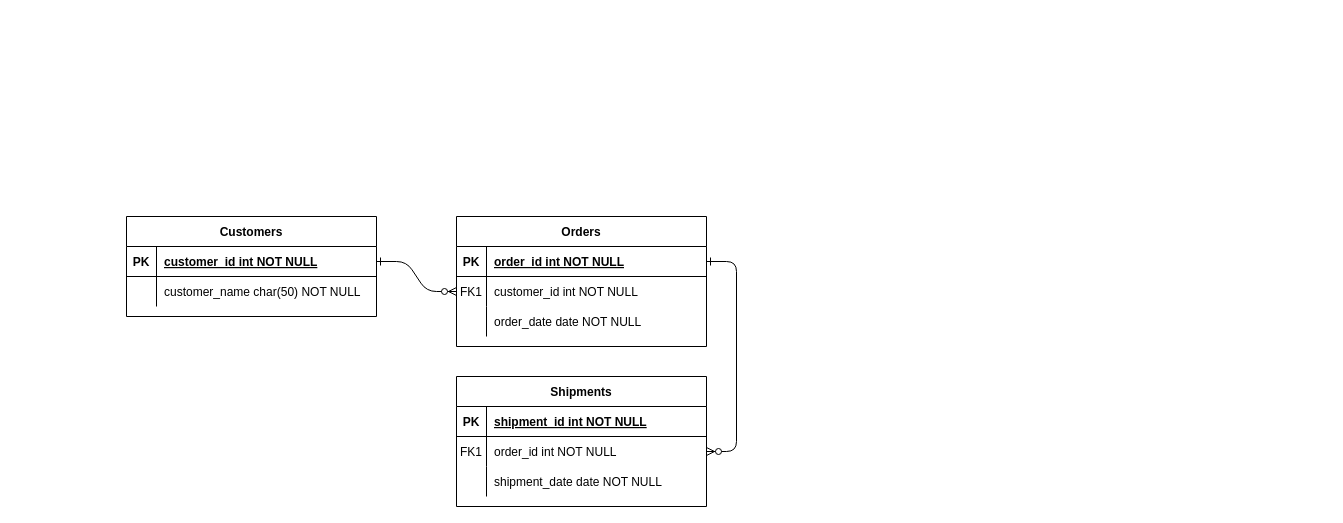
Earlier version of the draw.io diagram Diagramă fără titlu.drawio (alexandrucostinas/alex_sem2_project). Source tidied: cells renumbered, new cells numbered last; positions are measured from the earlier drawing's top-left corner, leaving out a move shared by most shapes. Both pictures are drawn from the tidied source at 100%, with x=0, y=0 at pixel (126, 216).
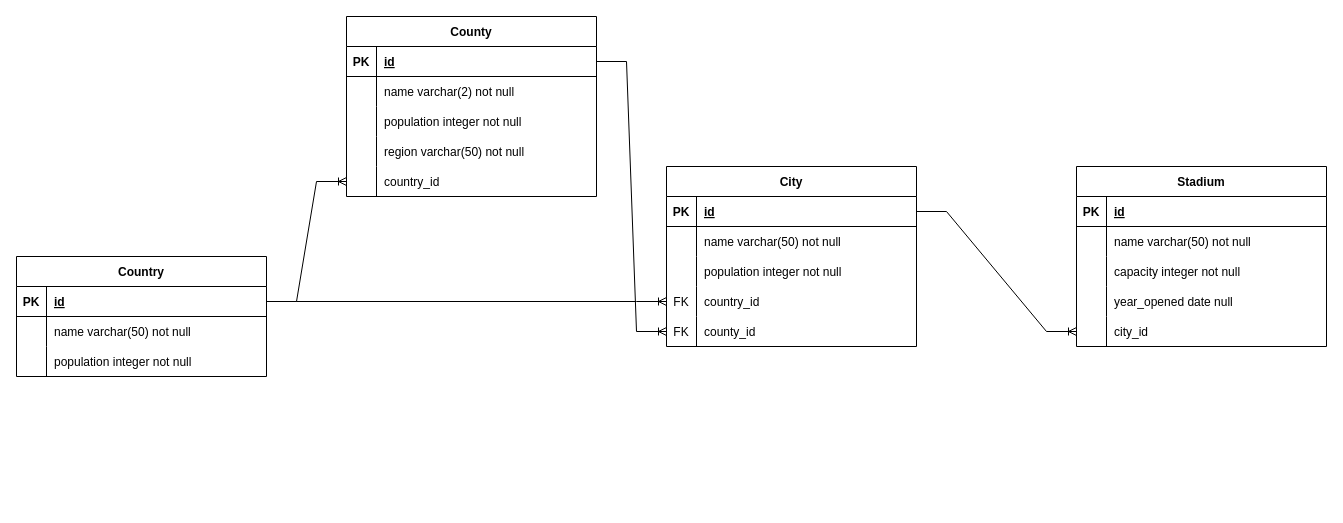
After the change.

The change refers to these unchanged cells:
```xml
<mxCell id="5" style="shape=partialRectangle;fillColor=none;points=[[0,0.5],[1,0.5]];portConstraint=eastwest;top=0;left=0;right=0;bottom=1;" parent="4" vertex="1">
  <mxGeometry y="30" width="250" height="30" as="geometry" />
</mxCell>
<mxCell id="8" style="shape=partialRectangle;fillColor=none;points=[[0,0.5],[1,0.5]];portConstraint=eastwest;top=0;left=0;right=0;bottom=0;" parent="4" vertex="1">
  <mxGeometry y="60" width="250" height="30" as="geometry" />
</mxCell>
<mxCell id="11" style="shape=partialRectangle;fillColor=none;top=0;left=0;right=0;bottom=0;" parent="4" vertex="1">
  <mxGeometry y="90" width="250" height="30" as="geometry" />
</mxCell>
<mxCell id="25" style="shape=partialRectangle;fillColor=none;points=[[0,0.5],[1,0.5]];portConstraint=eastwest;top=0;left=0;right=0;bottom=1;" parent="24" vertex="1">
  <mxGeometry y="30" width="250" height="30" as="geometry" />
</mxCell>
<mxCell id="28" style="shape=partialRectangle;fillColor=none;top=0;left=0;right=0;bottom=0;" parent="24" vertex="1">
  <mxGeometry y="60" width="250" height="30" as="geometry" />
</mxCell>
```

The edit, as a diff of the source:
```diff
@@
-    <mxCell id="2" style="edgeStyle=entityRelationEdgeStyle;endArrow=ERzeroToMany;startArrow=ERone;endFill=1;startFill=0;" parent="1" edge="1" source="25" target="8">
-      <mxGeometry relative="1" as="geometry" />
-    </mxCell>
-    <mxCell id="3" style="edgeStyle=entityRelationEdgeStyle;endArrow=ERzeroToMany;startArrow=ERone;endFill=1;startFill=0;" parent="1" edge="1" source="5" target="18">
-      <mxGeometry relative="1" as="geometry" />
-    </mxCell>
-    <mxCell id="4" value="Orders" style="shape=table;startSize=30;childLayout=tableLayout;rowLines=0;fontStyle=1;align=center;" parent="1" vertex="1">
-      <mxGeometry x="330" width="250" height="130" as="geometry" />
+    <mxCell id="4" value="City" style="shape=table;startSize=30;childLayout=tableLayout;rowLines=0;fontStyle=1;align=center;" parent="1" vertex="1">
+      <mxGeometry x="540" y="-50" width="250" height="180" as="geometry" />
     </mxCell>
@@
-    <mxCell id="7" value="order_id int NOT NULL " style="shape=partialRectangle;overflow=hidden;fillColor=none;top=0;left=0;bottom=0;right=0;align=left;spacingLeft=6;fontStyle=5;" parent="5" vertex="1">
+    <mxCell id="7" value="id" style="shape=partialRectangle;overflow=hidden;fillColor=none;top=0;left=0;bottom=0;right=0;align=left;spacingLeft=6;fontStyle=5;" parent="5" vertex="1">
       <mxGeometry x="30" width="220" height="30" as="geometry" />
     </mxCell>
@@
-    <mxCell id="9" value="FK1" style="shape=partialRectangle;overflow=hidden;fillColor=none;top=0;left=0;bottom=0;right=0;" parent="8" vertex="1">
+    <mxCell id="9" style="shape=partialRectangle;overflow=hidden;fillColor=none;top=0;left=0;bottom=0;right=0;" parent="8" vertex="1">
       <mxGeometry width="30" height="30" as="geometry" />
     </mxCell>
-    <mxCell id="10" value="customer_id int NOT NULL" style="shape=partialRectangle;overflow=hidden;fillColor=none;top=0;left=0;bottom=0;right=0;align=left;spacingLeft=6;" parent="8" vertex="1">
+    <mxCell id="10" value="name varchar(50) not null" style="shape=partialRectangle;overflow=hidden;fillColor=none;top=0;left=0;bottom=0;right=0;align=left;spacingLeft=6;" parent="8" vertex="1">
       <mxGeometry x="30" width="220" height="30" as="geometry" />
     </mxCell>
@@
-    <mxCell id="13" value="order_date date NOT NULL" style="shape=partialRectangle;overflow=hidden;fillColor=none;top=0;left=0;bottom=0;right=0;align=left;spacingLeft=6;" parent="11" vertex="1">
+    <mxCell id="13" value="population integer not null" style="shape=partialRectangle;overflow=hidden;fillColor=none;top=0;left=0;bottom=0;right=0;align=left;spacingLeft=6;" parent="11" vertex="1">
       <mxGeometry x="30" width="220" height="30" as="geometry" />
     </mxCell>
-    <mxCell id="14" value="Shipments" style="shape=table;startSize=30;childLayout=tableLayout;rowLines=0;fontStyle=1;align=center;" parent="1" vertex="1">
-      <mxGeometry x="330" y="160" width="250" height="130" as="geometry" />
-    </mxCell>
-    <mxCell id="15" style="shape=partialRectangle;fillColor=none;top=0;left=0;right=0;bottom=1;" parent="14" vertex="1">
-      <mxGeometry y="30" width="250" height="30" as="geometry" />
-    </mxCell>
-    <mxCell id="16" value="PK" style="shape=partialRectangle;overflow=hidden;fillColor=none;top=0;left=0;bottom=0;right=0;fontStyle=1;" parent="15" vertex="1">
-      <mxGeometry width="30" height="30" as="geometry" />
-    </mxCell>
-    <mxCell id="17" value="shipment_id int NOT NULL " style="shape=partialRectangle;overflow=hidden;fillColor=none;top=0;left=0;bottom=0;right=0;align=left;spacingLeft=6;fontStyle=5;" parent="15" vertex="1">
-      <mxGeometry x="30" width="220" height="30" as="geometry" />
-    </mxCell>
-    <mxCell id="18" style="shape=partialRectangle;fillColor=none;points=[[0,0.5],[1,0.5]];portConstraint=eastwest;top=0;left=0;right=0;bottom=0;" parent="14" vertex="1">
-      <mxGeometry y="60" width="250" height="30" as="geometry" />
-    </mxCell>
-    <mxCell id="19" value="FK1" style="shape=partialRectangle;overflow=hidden;fillColor=none;top=0;left=0;bottom=0;right=0;" parent="18" vertex="1">
-      <mxGeometry width="30" height="30" as="geometry" />
-    </mxCell>
-    <mxCell id="20" value="order_id int NOT NULL" style="shape=partialRectangle;overflow=hidden;fillColor=none;top=0;left=0;bottom=0;right=0;align=left;spacingLeft=6;" parent="18" vertex="1">
-      <mxGeometry x="30" width="220" height="30" as="geometry" />
-    </mxCell>
-    <mxCell id="21" style="shape=partialRectangle;fillColor=none;top=0;left=0;right=0;bottom=0;" parent="14" vertex="1">
-      <mxGeometry y="90" width="250" height="30" as="geometry" />
-    </mxCell>
-    <mxCell id="22" style="shape=partialRectangle;overflow=hidden;fillColor=none;top=0;left=0;bottom=0;right=0;" parent="21" vertex="1">
-      <mxGeometry width="30" height="30" as="geometry" />
-    </mxCell>
-    <mxCell id="23" value="shipment_date date NOT NULL" style="shape=partialRectangle;overflow=hidden;fillColor=none;top=0;left=0;bottom=0;right=0;align=left;spacingLeft=6;" parent="21" vertex="1">
-      <mxGeometry x="30" width="220" height="30" as="geometry" />
-    </mxCell>
+    <mxCell id="31" style="shape=partialRectangle;fillColor=none;points=[[0,0.5],[1,0.5]];portConstraint=eastwest;top=0;left=0;right=0;bottom=0;" parent="4" vertex="1">
+      <mxGeometry y="120" width="250" height="30" as="geometry" />
+    </mxCell>
+    <mxCell id="32" value="FK" style="shape=partialRectangle;overflow=hidden;fillColor=none;top=0;left=0;bottom=0;right=0;" parent="31" vertex="1">
+      <mxGeometry width="30" height="30" as="geometry" />
+    </mxCell>
+    <mxCell id="33" value="country_id" style="shape=partialRectangle;overflow=hidden;fillColor=none;top=0;left=0;bottom=0;right=0;align=left;spacingLeft=6;" parent="31" vertex="1">
+      <mxGeometry x="30" width="220" height="30" as="geometry" />
+    </mxCell>
+    <mxCell id="34" style="shape=partialRectangle;fillColor=none;points=[[0,0.5],[1,0.5]];portConstraint=eastwest;top=0;left=0;right=0;bottom=0;" parent="4" vertex="1">
+      <mxGeometry y="150" width="250" height="30" as="geometry" />
+    </mxCell>
+    <mxCell id="35" value="FK" style="shape=partialRectangle;overflow=hidden;fillColor=none;top=0;left=0;bottom=0;right=0;" parent="34" vertex="1">
+      <mxGeometry width="30" height="30" as="geometry" />
+    </mxCell>
+    <mxCell id="36" value="county_id" style="shape=partialRectangle;overflow=hidden;fillColor=none;top=0;left=0;bottom=0;right=0;align=left;spacingLeft=6;" parent="34" vertex="1">
+      <mxGeometry x="30" width="220" height="30" as="geometry" />
+    </mxCell>
-    <mxCell id="24" value="Customers" style="shape=table;startSize=30;childLayout=tableLayout;rowLines=0;fontStyle=1;align=center;" parent="1" vertex="1">
-      <mxGeometry width="250" height="100" as="geometry" />
+    <mxCell id="24" value="Country" style="shape=table;startSize=30;childLayout=tableLayout;rowLines=0;fontStyle=1;align=center;" parent="1" vertex="1">
+      <mxGeometry x="-110" y="40" width="250" height="120" as="geometry" />
     </mxCell>
@@
-    <mxCell id="27" value="customer_id int NOT NULL " style="shape=partialRectangle;overflow=hidden;fillColor=none;top=0;left=0;bottom=0;right=0;align=left;spacingLeft=6;fontStyle=5;" parent="25" vertex="1">
+    <mxCell id="27" value="id" style="shape=partialRectangle;overflow=hidden;fillColor=none;top=0;left=0;bottom=0;right=0;align=left;spacingLeft=6;fontStyle=5;" parent="25" vertex="1">
       <mxGeometry x="30" width="220" height="30" as="geometry" />
     </mxCell>
@@
-    <mxCell id="30" value="customer_name char(50) NOT NULL" style="shape=partialRectangle;overflow=hidden;fillColor=none;top=0;left=0;bottom=0;right=0;align=left;spacingLeft=6;" parent="28" vertex="1">
+    <mxCell id="30" value="name varchar(50) not null" style="shape=partialRectangle;overflow=hidden;fillColor=none;top=0;left=0;bottom=0;right=0;align=left;spacingLeft=6;" parent="28" vertex="1">
       <mxGeometry x="30" width="220" height="30" as="geometry" />
     </mxCell>
+    <mxCell id="37" style="shape=partialRectangle;fillColor=none;top=0;left=0;right=0;bottom=0;" parent="24" vertex="1">
+      <mxGeometry y="90" width="250" height="30" as="geometry" />
+    </mxCell>
+    <mxCell id="38" style="shape=partialRectangle;overflow=hidden;fillColor=none;top=0;left=0;bottom=0;right=0;" parent="37" vertex="1">
+      <mxGeometry width="30" height="30" as="geometry" />
+    </mxCell>
+    <mxCell id="39" value="population integer not null" style="shape=partialRectangle;overflow=hidden;fillColor=none;top=0;left=0;bottom=0;right=0;align=left;spacingLeft=6;" parent="37" vertex="1">
+      <mxGeometry x="30" width="220" height="30" as="geometry" />
+    </mxCell>
+    <mxCell id="40" style="edgeStyle=entityRelationEdgeStyle;fontSize=12;html=1;endArrow=ERoneToMany;rounded=0;exitX=1;exitY=0.5;exitDx=0;exitDy=0;" parent="1" edge="1" source="25" target="31">
+      <mxGeometry relative="1" as="geometry" />
+    </mxCell>
+    <mxCell id="41" value="County" style="shape=table;startSize=30;childLayout=tableLayout;rowLines=0;fontStyle=1;align=center;" parent="1" vertex="1">
+      <mxGeometry x="220" y="-200" width="250" height="180" as="geometry" />
+    </mxCell>
+    <mxCell id="42" style="shape=partialRectangle;fillColor=none;points=[[0,0.5],[1,0.5]];portConstraint=eastwest;top=0;left=0;right=0;bottom=1;" parent="41" vertex="1">
+      <mxGeometry y="30" width="250" height="30" as="geometry" />
+    </mxCell>
+    <mxCell id="43" value="PK" style="shape=partialRectangle;overflow=hidden;fillColor=none;top=0;left=0;bottom=0;right=0;fontStyle=1;" parent="42" vertex="1">
+      <mxGeometry width="30" height="30" as="geometry" />
+    </mxCell>
+    <mxCell id="44" value="id" style="shape=partialRectangle;overflow=hidden;fillColor=none;top=0;left=0;bottom=0;right=0;align=left;spacingLeft=6;fontStyle=5;" parent="42" vertex="1">
+      <mxGeometry x="30" width="220" height="30" as="geometry" />
+    </mxCell>
+    <mxCell id="45" style="shape=partialRectangle;fillColor=none;top=0;left=0;right=0;bottom=0;" parent="41" vertex="1">
+      <mxGeometry y="60" width="250" height="30" as="geometry" />
+    </mxCell>
+    <mxCell id="46" style="shape=partialRectangle;overflow=hidden;fillColor=none;top=0;left=0;bottom=0;right=0;" parent="45" vertex="1">
+      <mxGeometry width="30" height="30" as="geometry" />
+    </mxCell>
+    <mxCell id="47" value="name varchar(2) not null" style="shape=partialRectangle;overflow=hidden;fillColor=none;top=0;left=0;bottom=0;right=0;align=left;spacingLeft=6;" parent="45" vertex="1">
+      <mxGeometry x="30" width="220" height="30" as="geometry" />
+    </mxCell>
+    <mxCell id="48" style="shape=partialRectangle;fillColor=none;top=0;left=0;right=0;bottom=0;" parent="41" vertex="1">
+      <mxGeometry y="90" width="250" height="30" as="geometry" />
+    </mxCell>
+    <mxCell id="49" style="shape=partialRectangle;overflow=hidden;fillColor=none;top=0;left=0;bottom=0;right=0;" parent="48" vertex="1">
+      <mxGeometry width="30" height="30" as="geometry" />
+    </mxCell>
+    <mxCell id="50" value="population integer not null" style="shape=partialRectangle;overflow=hidden;fillColor=none;top=0;left=0;bottom=0;right=0;align=left;spacingLeft=6;" parent="48" vertex="1">
+      <mxGeometry x="30" width="220" height="30" as="geometry" />
+    </mxCell>
+    <mxCell id="51" style="shape=partialRectangle;fillColor=none;top=0;left=0;right=0;bottom=0;" parent="41" vertex="1">
+      <mxGeometry y="120" width="250" height="30" as="geometry" />
+    </mxCell>
+    <mxCell id="52" style="shape=partialRectangle;overflow=hidden;fillColor=none;top=0;left=0;bottom=0;right=0;" parent="51" vertex="1">
+      <mxGeometry width="30" height="30" as="geometry" />
+    </mxCell>
+    <mxCell id="53" value="region varchar(50) not null" style="shape=partialRectangle;overflow=hidden;fillColor=none;top=0;left=0;bottom=0;right=0;align=left;spacingLeft=6;" parent="51" vertex="1">
+      <mxGeometry x="30" width="220" height="30" as="geometry" />
+    </mxCell>
+    <mxCell id="54" style="shape=partialRectangle;fillColor=none;points=[[0,0.5],[1,0.5]];portConstraint=eastwest;top=0;left=0;right=0;bottom=0;" parent="41" vertex="1">
+      <mxGeometry y="150" width="250" height="30" as="geometry" />
+    </mxCell>
+    <mxCell id="55" style="shape=partialRectangle;overflow=hidden;fillColor=none;top=0;left=0;bottom=0;right=0;" parent="54" vertex="1">
+      <mxGeometry width="30" height="30" as="geometry" />
+    </mxCell>
+    <mxCell id="56" value="country_id" style="shape=partialRectangle;overflow=hidden;fillColor=none;top=0;left=0;bottom=0;right=0;align=left;spacingLeft=6;" parent="54" vertex="1">
+      <mxGeometry x="30" width="220" height="30" as="geometry" />
+    </mxCell>
+    <mxCell id="57" style="edgeStyle=entityRelationEdgeStyle;fontSize=12;html=1;endArrow=ERoneToMany;rounded=0;exitX=1;exitY=0.5;exitDx=0;exitDy=0;entryX=0;entryY=0.5;entryDx=0;entryDy=0;" parent="1" edge="1" source="42" target="34">
+      <mxGeometry relative="1" as="geometry" />
+    </mxCell>
+    <mxCell id="58" style="edgeStyle=entityRelationEdgeStyle;fontSize=12;html=1;endArrow=ERoneToMany;rounded=0;exitX=1;exitY=0.5;exitDx=0;exitDy=0;entryX=0;entryY=0.5;entryDx=0;entryDy=0;" parent="1" edge="1" source="25" target="54">
+      <mxGeometry relative="1" as="geometry" />
+    </mxCell>
+    <mxCell id="59" value="Stadium" style="shape=table;startSize=30;childLayout=tableLayout;rowLines=0;fontStyle=1;align=center;" parent="1" vertex="1">
+      <mxGeometry x="950" y="-50" width="250" height="180" as="geometry" />
+    </mxCell>
+    <mxCell id="60" style="shape=partialRectangle;fillColor=none;top=0;left=0;right=0;bottom=1;" parent="59" vertex="1">
+      <mxGeometry y="30" width="250" height="30" as="geometry" />
+    </mxCell>
+    <mxCell id="61" value="PK" style="shape=partialRectangle;overflow=hidden;fillColor=none;top=0;left=0;bottom=0;right=0;fontStyle=1;" parent="60" vertex="1">
+      <mxGeometry width="30" height="30" as="geometry" />
+    </mxCell>
+    <mxCell id="62" value="id" style="shape=partialRectangle;overflow=hidden;fillColor=none;top=0;left=0;bottom=0;right=0;align=left;spacingLeft=6;fontStyle=5;" parent="60" vertex="1">
+      <mxGeometry x="30" width="220" height="30" as="geometry" />
+    </mxCell>
+    <mxCell id="63" style="shape=partialRectangle;fillColor=none;top=0;left=0;right=0;bottom=0;" parent="59" vertex="1">
+      <mxGeometry y="60" width="250" height="30" as="geometry" />
+    </mxCell>
+    <mxCell id="64" style="shape=partialRectangle;overflow=hidden;fillColor=none;top=0;left=0;bottom=0;right=0;" parent="63" vertex="1">
+      <mxGeometry width="30" height="30" as="geometry" />
+    </mxCell>
+    <mxCell id="65" value="name varchar(50) not null" style="shape=partialRectangle;overflow=hidden;fillColor=none;top=0;left=0;bottom=0;right=0;align=left;spacingLeft=6;" parent="63" vertex="1">
+      <mxGeometry x="30" width="220" height="30" as="geometry" />
+    </mxCell>
+    <mxCell id="66" style="shape=partialRectangle;fillColor=none;top=0;left=0;right=0;bottom=0;" parent="59" vertex="1">
+      <mxGeometry y="90" width="250" height="30" as="geometry" />
+    </mxCell>
+    <mxCell id="67" style="shape=partialRectangle;overflow=hidden;fillColor=none;top=0;left=0;bottom=0;right=0;" parent="66" vertex="1">
+      <mxGeometry width="30" height="30" as="geometry" />
+    </mxCell>
+    <mxCell id="68" value="capacity integer not null" style="shape=partialRectangle;overflow=hidden;fillColor=none;top=0;left=0;bottom=0;right=0;align=left;spacingLeft=6;" parent="66" vertex="1">
+      <mxGeometry x="30" width="220" height="30" as="geometry" />
+    </mxCell>
+    <mxCell id="69" style="shape=partialRectangle;fillColor=none;top=0;left=0;right=0;bottom=0;" parent="59" vertex="1">
+      <mxGeometry y="120" width="250" height="30" as="geometry" />
+    </mxCell>
+    <mxCell id="70" style="shape=partialRectangle;overflow=hidden;fillColor=none;top=0;left=0;bottom=0;right=0;" parent="69" vertex="1">
+      <mxGeometry width="30" height="30" as="geometry" />
+    </mxCell>
+    <mxCell id="71" value="year_opened date null" style="shape=partialRectangle;overflow=hidden;fillColor=none;top=0;left=0;bottom=0;right=0;align=left;spacingLeft=6;" parent="69" vertex="1">
+      <mxGeometry x="30" width="220" height="30" as="geometry" />
+    </mxCell>
+    <mxCell id="72" style="shape=partialRectangle;fillColor=none;points=[[0,0.5],[1,0.5]];portConstraint=eastwest;top=0;left=0;right=0;bottom=0;" parent="59" vertex="1">
+      <mxGeometry y="150" width="250" height="30" as="geometry" />
+    </mxCell>
+    <mxCell id="73" style="shape=partialRectangle;overflow=hidden;fillColor=none;top=0;left=0;bottom=0;right=0;" parent="72" vertex="1">
+      <mxGeometry width="30" height="30" as="geometry" />
+    </mxCell>
+    <mxCell id="74" value="city_id" style="shape=partialRectangle;overflow=hidden;fillColor=none;top=0;left=0;bottom=0;right=0;align=left;spacingLeft=6;" parent="72" vertex="1">
+      <mxGeometry x="30" width="220" height="30" as="geometry" />
+    </mxCell>
+    <mxCell id="75" style="edgeStyle=entityRelationEdgeStyle;fontSize=12;html=1;endArrow=ERoneToMany;rounded=0;exitX=1;exitY=0.5;exitDx=0;exitDy=0;entryX=0;entryY=0.5;entryDx=0;entryDy=0;" parent="1" edge="1" source="5" target="72">
+      <mxGeometry relative="1" as="geometry" />
+    </mxCell>
```
